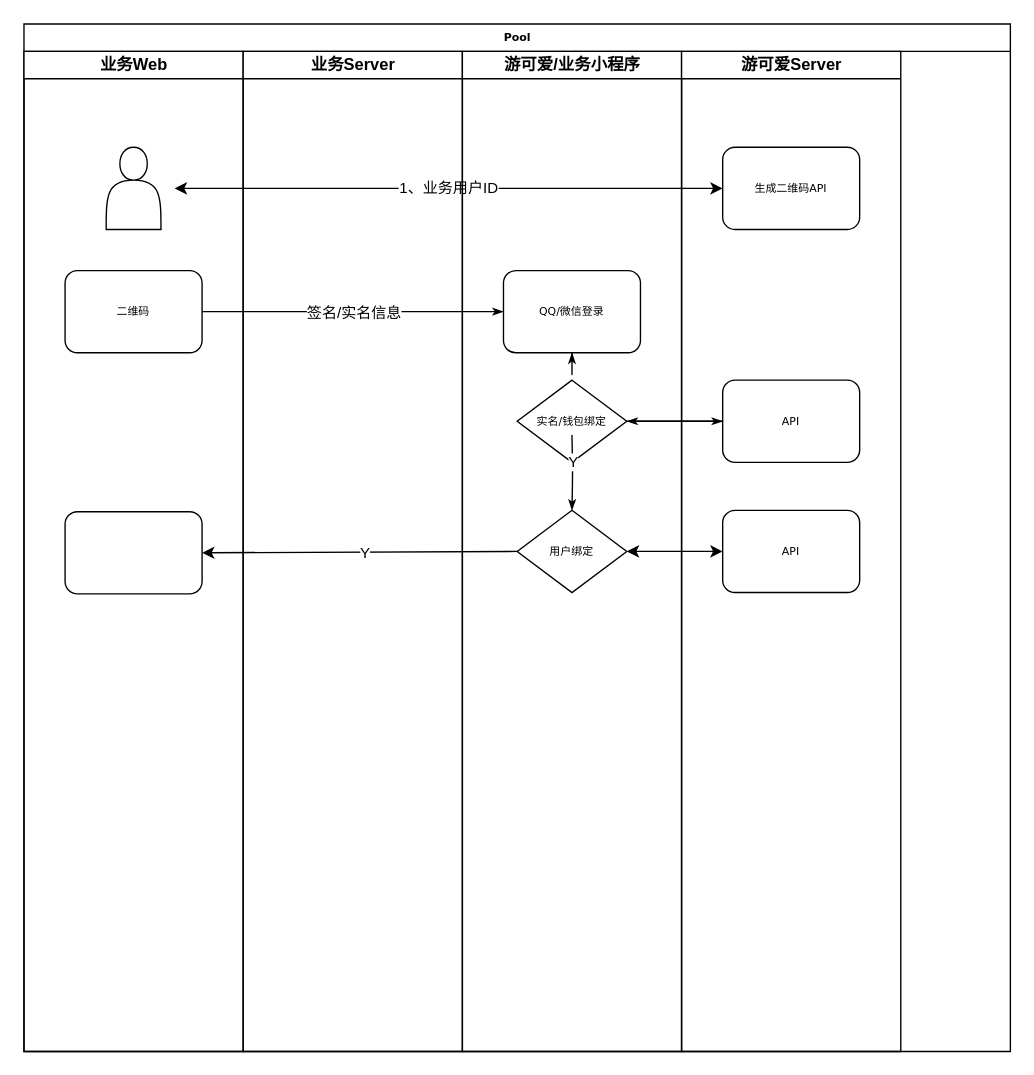
This is 2024/03/07/hello-world/未命名绘图.drawio from caiziqi33/caiziqi33.github.io, a draw.io file, before an edit. Source tidied: cells renumbered, new cells numbered last; positions are measured from the earlier drawing's top-left corner, leaving out a move shared by most shapes. Both pictures are drawn from the tidied source at 137%, with x=0, y=0 at pixel (23, 23).
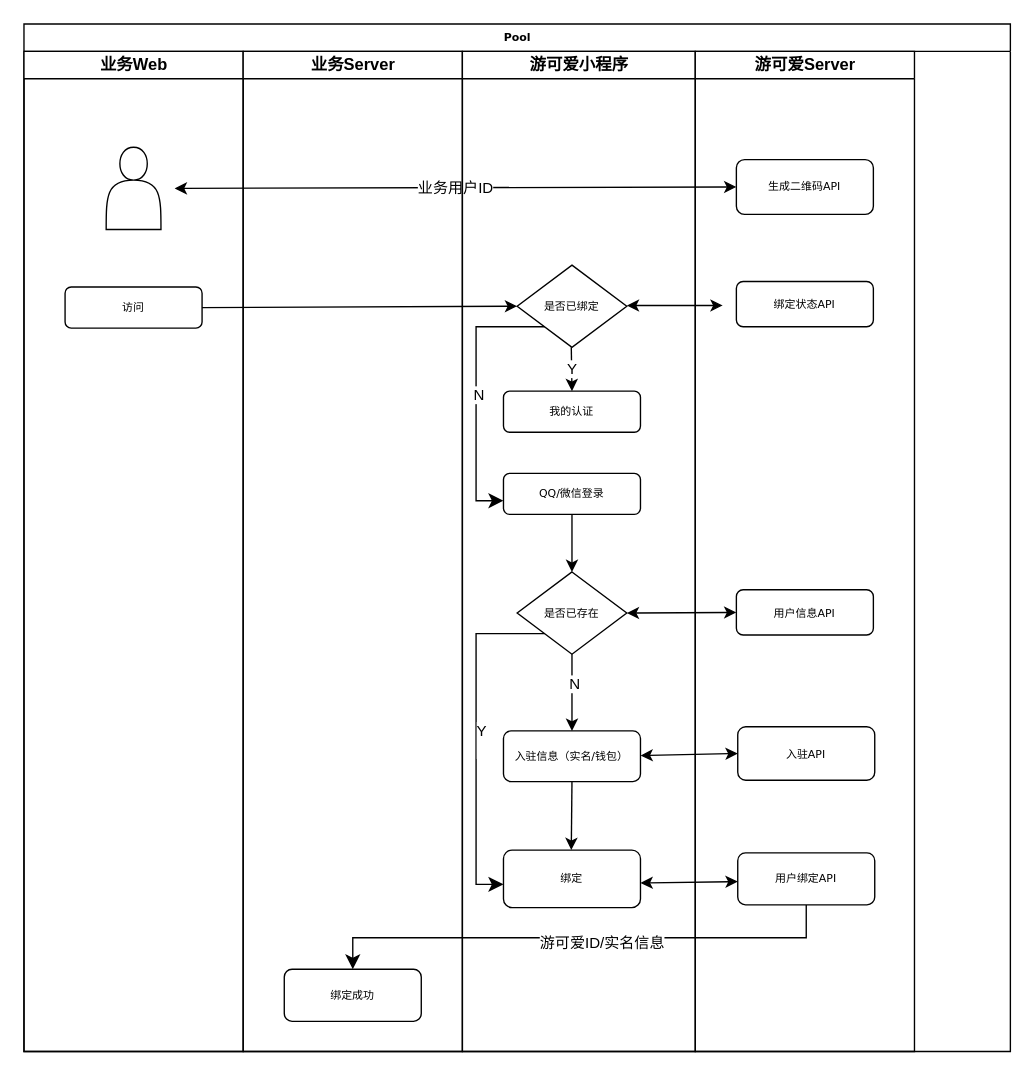
The same diagram, later.

Commit message (it also covers changes not shown here):
更新未命名绘图.drawio

The change refers to these unchanged cells:
```xml
<mxCell id="2" value="Pool" style="swimlane;html=1;startSize=20;rounded=0;shadow=0;labelBackgroundColor=none;strokeWidth=1;fontFamily=Verdana;fontSize=8;align=center;" parent="1" vertex="1">
  <mxGeometry width="720" height="750" as="geometry" />
</mxCell>
<mxCell id="3" value="业务Web" style="swimlane;html=1;startSize=20;" parent="2" vertex="1">
  <mxGeometry y="20" width="160" height="730" as="geometry" />
</mxCell>
<mxCell id="11" value="业务Server" style="swimlane;html=1;startSize=20;" parent="2" vertex="1">
  <mxGeometry x="160" y="20" width="160" height="730" as="geometry" />
</mxCell>
```

Change to the diagram source:
```diff
@@
+    <mxCell id="27" style="edgeStyle=orthogonalEdgeStyle;rounded=0;jettySize=auto;html=1;exitX=0.5;exitY=0;exitDx=0;exitDy=0;" parent="3" edge="1" source="4">
+      <mxGeometry relative="1" as="geometry">
+        <mxPoint x="80" y="188" as="targetPoint" />
+      </mxGeometry>
+    </mxCell>
-    <mxCell id="4" value="二维码" style="rounded=1;whiteSpace=wrap;html=1;shadow=0;labelBackgroundColor=none;strokeWidth=1;fontFamily=Verdana;fontSize=8;align=center;" parent="3" vertex="1">
-      <mxGeometry x="30" y="160" width="100" height="60" as="geometry" />
+    <mxCell id="4" value="访问" style="rounded=1;whiteSpace=wrap;html=1;shadow=0;labelBackgroundColor=none;strokeWidth=1;fontFamily=Verdana;fontSize=8;align=center;" parent="3" vertex="1">
+      <mxGeometry x="30" y="172" width="100" height="30" as="geometry" />
     </mxCell>
-    <mxCell id="5" style="rounded=1;whiteSpace=wrap;html=1;shadow=0;labelBackgroundColor=none;strokeWidth=1;fontFamily=Verdana;fontSize=8;align=center;" parent="3" vertex="1">
-      <mxGeometry x="30" y="336" width="100" height="60" as="geometry" />
-    </mxCell>
@@
-    <mxCell id="7" value="1、业务用户ID" style="endArrow=classic;startArrow=classic;html=1;rounded=0;entryX=0;entryY=0.5;entryDx=0;entryDy=0;" parent="3" edge="1" target="20">
+    <mxCell id="7" value="业务用户ID" style="endArrow=classic;startArrow=classic;html=1;rounded=0;entryX=0;entryY=0.5;entryDx=0;entryDy=0;" parent="3" edge="1" target="20">
       <mxGeometry relative="1" as="geometry">
         <mxPoint x="110" y="100" as="sourcePoint" />
       </mxGeometry>
     </mxCell>
-    <mxCell id="8" style="edgeStyle=orthogonalEdgeStyle;rounded=1;html=1;labelBackgroundColor=none;startArrow=none;startFill=0;startSize=5;endArrow=classicThin;endFill=1;endSize=5;jettySize=auto;strokeWidth=1;fontFamily=Verdana;fontSize=8;" parent="2" edge="1" source="4" target="13">
-      <mxGeometry relative="1" as="geometry" />
-    </mxCell>
-    <mxCell id="9" value="签名/实名信息" style="edgeLabel;html=1;align=center;verticalAlign=middle;" parent="8" vertex="1">
-      <mxGeometry relative="1" as="geometry" />
-    </mxCell>
-    <mxCell id="10" style="edgeStyle=orthogonalEdgeStyle;rounded=1;html=1;labelBackgroundColor=none;startArrow=none;startFill=0;startSize=5;endArrow=classicThin;endFill=1;endSize=5;jettySize=auto;strokeWidth=1;fontFamily=Verdana;fontSize=8;" parent="2" edge="1" source="14" target="18">
-      <mxGeometry relative="1" as="geometry" />
-    </mxCell>
@@
+    <mxCell id="5" value="绑定成功" style="rounded=1;whiteSpace=wrap;html=1;shadow=0;labelBackgroundColor=none;strokeWidth=1;fontFamily=Verdana;fontSize=8;align=center;" parent="11" vertex="1">
+      <mxGeometry x="30" y="670" width="100" height="38" as="geometry" />
+    </mxCell>
-    <mxCell id="12" value="游可爱/业务小程序" style="swimlane;html=1;startSize=20;" parent="2" vertex="1">
-      <mxGeometry x="320" y="20" width="160" height="730" as="geometry" />
+    <mxCell id="12" value="游可爱小程序" style="swimlane;html=1;startSize=20;" parent="2" vertex="1">
+      <mxGeometry x="320" y="20" width="170" height="730" as="geometry" />
     </mxCell>
     <mxCell id="13" value="QQ/微信登录" style="rounded=1;whiteSpace=wrap;html=1;shadow=0;labelBackgroundColor=none;strokeWidth=1;fontFamily=Verdana;fontSize=8;align=center;" parent="12" vertex="1">
-      <mxGeometry x="30" y="160" width="100" height="60" as="geometry" />
+      <mxGeometry x="30" y="308" width="100" height="30" as="geometry" />
     </mxCell>
-    <mxCell id="14" value="实名/钱包绑定" style="rhombus;whiteSpace=wrap;html=1;rounded=0;shadow=0;labelBackgroundColor=none;strokeWidth=1;fontFamily=Verdana;fontSize=8;align=center;" parent="12" vertex="1">
-      <mxGeometry x="40" y="240" width="80" height="60" as="geometry" />
-    </mxCell>
-    <mxCell id="15" style="edgeStyle=orthogonalEdgeStyle;rounded=1;html=1;labelBackgroundColor=none;startArrow=none;startFill=0;startSize=5;endArrow=classicThin;endFill=1;endSize=5;jettySize=auto;strokeWidth=1;fontFamily=Verdana;fontSize=8;" parent="12" edge="1" source="13">
-      <mxGeometry relative="1" as="geometry">
-        <mxPoint x="80" y="220" as="targetPoint" />
-      </mxGeometry>
-    </mxCell>
-    <mxCell id="16" value="用户绑定" style="rhombus;whiteSpace=wrap;html=1;rounded=0;shadow=0;labelBackgroundColor=none;strokeWidth=1;fontFamily=Verdana;fontSize=8;align=center;" parent="12" vertex="1">
-      <mxGeometry x="40" y="335" width="80" height="60" as="geometry" />
+    <mxCell id="16" value="是否已存在" style="rhombus;whiteSpace=wrap;html=1;rounded=0;shadow=0;labelBackgroundColor=none;strokeWidth=1;fontFamily=Verdana;fontSize=8;align=center;" parent="12" vertex="1">
+      <mxGeometry x="40" y="380" width="80" height="60" as="geometry" />
     </mxCell>
+    <mxCell id="28" value="入驻信息（实名/钱包）" style="rounded=1;whiteSpace=wrap;html=1;shadow=0;labelBackgroundColor=none;strokeWidth=1;fontFamily=Verdana;fontSize=8;align=center;" parent="12" vertex="1">
+      <mxGeometry x="30" y="496" width="100" height="37" as="geometry" />
+    </mxCell>
+    <mxCell id="29" value="绑定" style="rounded=1;whiteSpace=wrap;html=1;shadow=0;labelBackgroundColor=none;strokeWidth=1;fontFamily=Verdana;fontSize=8;align=center;" parent="12" vertex="1">
+      <mxGeometry x="30" y="583" width="100" height="42" as="geometry" />
+    </mxCell>
+    <mxCell id="30" value="是否已绑定" style="rhombus;whiteSpace=wrap;html=1;rounded=0;shadow=0;labelBackgroundColor=none;strokeWidth=1;fontFamily=Verdana;fontSize=8;align=center;" parent="12" vertex="1">
+      <mxGeometry x="40" y="156" width="80" height="60" as="geometry" />
+    </mxCell>
+    <mxCell id="31" style="endArrow=classic;html=1;rounded=0;exitX=0.5;exitY=1;exitDx=0;exitDy=0;entryX=0.5;entryY=0;entryDx=0;entryDy=0;" parent="12" edge="1" source="13" target="16">
+      <mxGeometry relative="1" as="geometry" />
+    </mxCell>
+    <mxCell id="32" style="endArrow=classic;startArrow=classic;html=1;rounded=0;entryX=0;entryY=0.5;entryDx=0;entryDy=0;exitX=1;exitY=0.5;exitDx=0;exitDy=0;" parent="12" edge="1">
+      <mxGeometry relative="1" as="geometry">
+        <mxPoint x="120" y="185.5" as="sourcePoint" />
+        <mxPoint x="190" y="185.5" as="targetPoint" />
+      </mxGeometry>
+    </mxCell>
+    <mxCell id="33" style="endArrow=classic;startArrow=classic;html=1;rounded=0;exitX=1;exitY=0.5;exitDx=0;exitDy=0;entryX=0;entryY=0.5;entryDx=0;entryDy=0;" parent="12" edge="1" target="19">
+      <mxGeometry relative="1" as="geometry">
+        <mxPoint x="130" y="514" as="sourcePoint" />
+      </mxGeometry>
+    </mxCell>
+    <mxCell id="34" style="endArrow=classic;html=1;rounded=0;entryX=0.5;entryY=0;entryDx=0;entryDy=0;exitX=0.5;exitY=1;exitDx=0;exitDy=0;" parent="12" edge="1" source="16" target="28">
+      <mxGeometry relative="1" as="geometry" />
+    </mxCell>
+    <mxCell id="35" value="N" style="edgeLabel;html=1;align=center;verticalAlign=middle;" parent="34" vertex="1">
+      <mxGeometry x="-0.24" y="1" relative="1" as="geometry" />
+    </mxCell>
+    <mxCell id="36" value="我的认证" style="rounded=1;whiteSpace=wrap;html=1;shadow=0;labelBackgroundColor=none;strokeWidth=1;fontFamily=Verdana;fontSize=8;align=center;" parent="12" vertex="1">
+      <mxGeometry x="30" y="248" width="100" height="30" as="geometry" />
+    </mxCell>
+    <mxCell id="37" value="Y" style="endArrow=classic;html=1;rounded=0;exitX=0.5;exitY=1;exitDx=0;exitDy=0;" parent="12" edge="1">
+      <mxGeometry relative="1" as="geometry">
+        <mxPoint x="79.5" y="216" as="sourcePoint" />
+        <mxPoint x="80" y="248" as="targetPoint" />
+      </mxGeometry>
+    </mxCell>
+    <mxCell id="38" style="edgeStyle=elbowEdgeStyle;elbow=horizontal;endArrow=classic;html=1;curved=0;rounded=0;endSize=8;startSize=8;exitX=0;exitY=1;exitDx=0;exitDy=0;" parent="12" edge="1" source="30">
+      <mxGeometry relative="1" as="geometry">
+        <mxPoint x="30" y="328" as="targetPoint" />
+        <Array as="points">
+          <mxPoint x="10" y="258" />
+        </Array>
+      </mxGeometry>
+    </mxCell>
+    <mxCell id="39" value="N" style="edgeLabel;html=1;align=center;verticalAlign=middle;" parent="38" vertex="1">
+      <mxGeometry x="0.01" y="1" relative="1" as="geometry" />
+    </mxCell>
+    <mxCell id="40" style="edgeStyle=elbowEdgeStyle;elbow=horizontal;endArrow=classic;html=1;curved=0;rounded=0;endSize=8;startSize=8;exitX=0;exitY=1;exitDx=0;exitDy=0;" parent="12" edge="1" source="16">
+      <mxGeometry relative="1" as="geometry">
+        <mxPoint x="30" y="608" as="targetPoint" />
+        <Array as="points">
+          <mxPoint x="10" y="518" />
+        </Array>
+      </mxGeometry>
+    </mxCell>
+    <mxCell id="41" value="Y&lt;div&gt;&lt;br&gt;&lt;/div&gt;" style="edgeLabel;html=1;align=center;verticalAlign=middle;" parent="40" vertex="1">
+      <mxGeometry y="3" relative="1" as="geometry" />
+    </mxCell>
+    <mxCell id="42" style="endArrow=classic;html=1;rounded=0;exitX=0.5;exitY=1;exitDx=0;exitDy=0;entryX=0.5;entryY=0;entryDx=0;entryDy=0;" parent="12" edge="1" source="28">
+      <mxGeometry relative="1" as="geometry">
+        <mxPoint x="79.5" y="583" as="targetPoint" />
+      </mxGeometry>
+    </mxCell>
     <mxCell id="17" value="游可爱Server" style="swimlane;html=1;startSize=20;" parent="2" vertex="1">
-      <mxGeometry x="480" y="20" width="160" height="730" as="geometry" />
+      <mxGeometry x="490" y="20" width="160" height="730" as="geometry" />
     </mxCell>
-    <mxCell id="18" value="API" style="rounded=1;whiteSpace=wrap;html=1;shadow=0;labelBackgroundColor=none;strokeWidth=1;fontFamily=Verdana;fontSize=8;align=center;" parent="17" vertex="1">
-      <mxGeometry x="30" y="240" width="100" height="60" as="geometry" />
+    <mxCell id="18" value="用户信息API" style="rounded=1;whiteSpace=wrap;html=1;shadow=0;labelBackgroundColor=none;strokeWidth=1;fontFamily=Verdana;fontSize=8;align=center;" parent="17" vertex="1">
+      <mxGeometry x="30" y="393" width="100" height="33" as="geometry" />
     </mxCell>
-    <mxCell id="19" value="API" style="rounded=1;whiteSpace=wrap;html=1;shadow=0;labelBackgroundColor=none;strokeWidth=1;fontFamily=Verdana;fontSize=8;align=center;" parent="17" vertex="1">
-      <mxGeometry x="30" y="335" width="100" height="60" as="geometry" />
+    <mxCell id="19" value="入驻API" style="rounded=1;whiteSpace=wrap;html=1;shadow=0;labelBackgroundColor=none;strokeWidth=1;fontFamily=Verdana;fontSize=8;align=center;" parent="17" vertex="1">
+      <mxGeometry x="31" y="493" width="100" height="39" as="geometry" />
     </mxCell>
     <mxCell id="20" value="生成二维码API" style="rounded=1;whiteSpace=wrap;html=1;shadow=0;labelBackgroundColor=none;strokeWidth=1;fontFamily=Verdana;fontSize=8;align=center;" parent="17" vertex="1">
-      <mxGeometry x="30" y="70" width="100" height="60" as="geometry" />
+      <mxGeometry x="30" y="79" width="100" height="40" as="geometry" />
     </mxCell>
-    <mxCell id="21" style="edgeStyle=orthogonalEdgeStyle;rounded=1;html=1;labelBackgroundColor=none;startArrow=none;startFill=0;startSize=5;endArrow=classicThin;endFill=1;endSize=5;jettySize=auto;strokeColor=#000000;strokeWidth=1;fontFamily=Verdana;fontSize=8;fontColor=#000000;entryX=1;entryY=0.5;entryDx=0;entryDy=0;" parent="2" edge="1" source="18" target="14">
-      <mxGeometry relative="1" as="geometry" />
-    </mxCell>
-    <mxCell id="22" style="endArrow=classic;startArrow=classic;html=1;rounded=0;exitX=1;exitY=0.5;exitDx=0;exitDy=0;entryX=0;entryY=0.5;entryDx=0;entryDy=0;" parent="2" edge="1" source="16" target="19">
-      <mxGeometry relative="1" as="geometry" />
-    </mxCell>
-    <mxCell id="23" style="endArrow=classic;html=1;rounded=0;entryX=1;entryY=0.5;entryDx=0;entryDy=0;exitX=0;exitY=0.5;exitDx=0;exitDy=0;" parent="2" edge="1" source="16" target="5">
-      <mxGeometry relative="1" as="geometry" />
-    </mxCell>
-    <mxCell id="24" value="Y" style="edgeLabel;html=1;align=center;verticalAlign=middle;" parent="23" vertex="1">
-      <mxGeometry x="-0.03" relative="1" as="geometry" />
-    </mxCell>
-    <mxCell id="25" style="edgeStyle=orthogonalEdgeStyle;rounded=1;html=1;labelBackgroundColor=none;startArrow=none;startFill=0;startSize=5;endArrow=classicThin;endFill=1;endSize=5;jettySize=auto;strokeColor=#000000;strokeWidth=1;fontFamily=Verdana;fontSize=8;fontColor=#000000;entryX=0.5;entryY=0;entryDx=0;entryDy=0;" parent="1" edge="1" target="16">
-      <mxGeometry relative="1" as="geometry">
-        <mxPoint x="400" y="300" as="sourcePoint" />
-      </mxGeometry>
-    </mxCell>
-    <mxCell id="26" value="Y" style="edgeLabel;html=1;align=center;verticalAlign=middle;" parent="25" vertex="1">
-      <mxGeometry x="-0.28" relative="1" as="geometry" />
-    </mxCell>
+    <mxCell id="43" value="用户绑定API" style="rounded=1;whiteSpace=wrap;html=1;shadow=0;labelBackgroundColor=none;strokeWidth=1;fontFamily=Verdana;fontSize=8;align=center;" parent="17" vertex="1">
+      <mxGeometry x="31" y="585" width="100" height="38" as="geometry" />
+    </mxCell>
+    <mxCell id="44" value="绑定状态API" style="rounded=1;whiteSpace=wrap;html=1;shadow=0;labelBackgroundColor=none;strokeWidth=1;fontFamily=Verdana;fontSize=8;align=center;" parent="17" vertex="1">
+      <mxGeometry x="30" y="168" width="100" height="33" as="geometry" />
+    </mxCell>
+    <mxCell id="45" style="endArrow=classic;startArrow=classic;html=1;rounded=0;entryX=0;entryY=0.5;entryDx=0;entryDy=0;exitX=1;exitY=0.5;exitDx=0;exitDy=0;" parent="2" edge="1" source="16" target="18">
+      <mxGeometry relative="1" as="geometry" />
+    </mxCell>
+    <mxCell id="46" style="edgeStyle=elbowEdgeStyle;elbow=vertical;endArrow=classic;html=1;curved=0;rounded=0;endSize=8;startSize=8;entryX=0.5;entryY=0;entryDx=0;entryDy=0;exitX=0.5;exitY=1;exitDx=0;exitDy=0;" parent="2" edge="1" source="43" target="5">
+      <mxGeometry relative="1" as="geometry" />
+    </mxCell>
+    <mxCell id="47" value="游可爱ID/实名信息" style="edgeLabel;html=1;align=center;verticalAlign=middle;" parent="46" vertex="1">
+      <mxGeometry x="-0.08" y="3" relative="1" as="geometry" />
+    </mxCell>
+    <mxCell id="48" style="endArrow=classic;html=1;rounded=0;entryX=0;entryY=0.5;entryDx=0;entryDy=0;exitX=1;exitY=0.5;exitDx=0;exitDy=0;" parent="2" edge="1" source="4" target="30">
+      <mxGeometry relative="1" as="geometry" />
+    </mxCell>
+    <mxCell id="49" style="endArrow=classic;startArrow=classic;html=1;rounded=0;exitX=1;exitY=0.5;exitDx=0;exitDy=0;entryX=0;entryY=0.5;entryDx=0;entryDy=0;" parent="1" edge="1">
+      <mxGeometry relative="1" as="geometry">
+        <mxPoint x="450" y="627" as="sourcePoint" />
+        <mxPoint x="521" y="626" as="targetPoint" />
+      </mxGeometry>
+    </mxCell>
```
